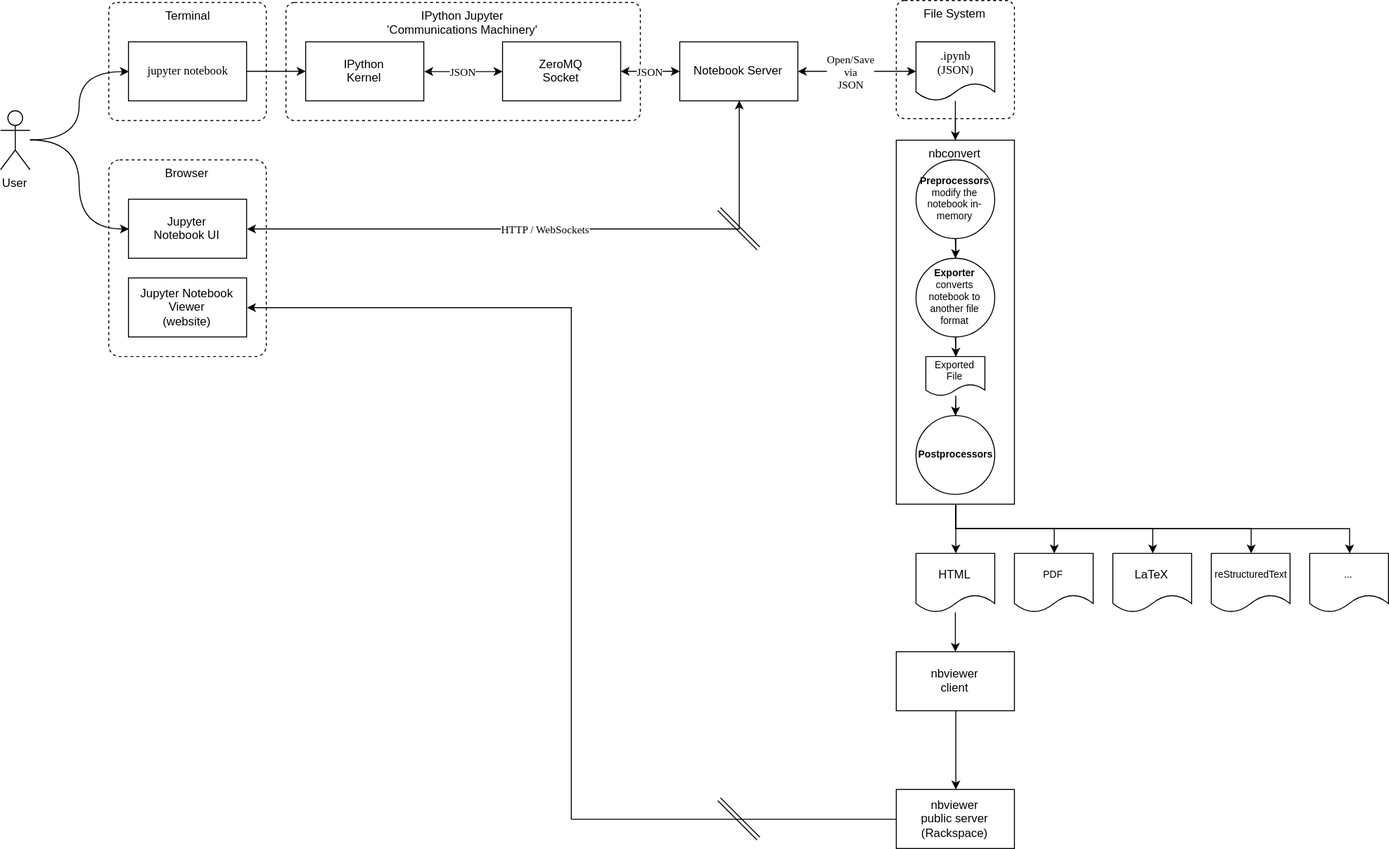
The draw.io diagram jupyter_notebook_architecture.svg in panningforbacon/panningforbacon.github.io, before a commit. Source tidied: cells renumbered, new cells last; positions are measured from the earlier drawing's top-left corner, leaving out a move shared by most shapes.
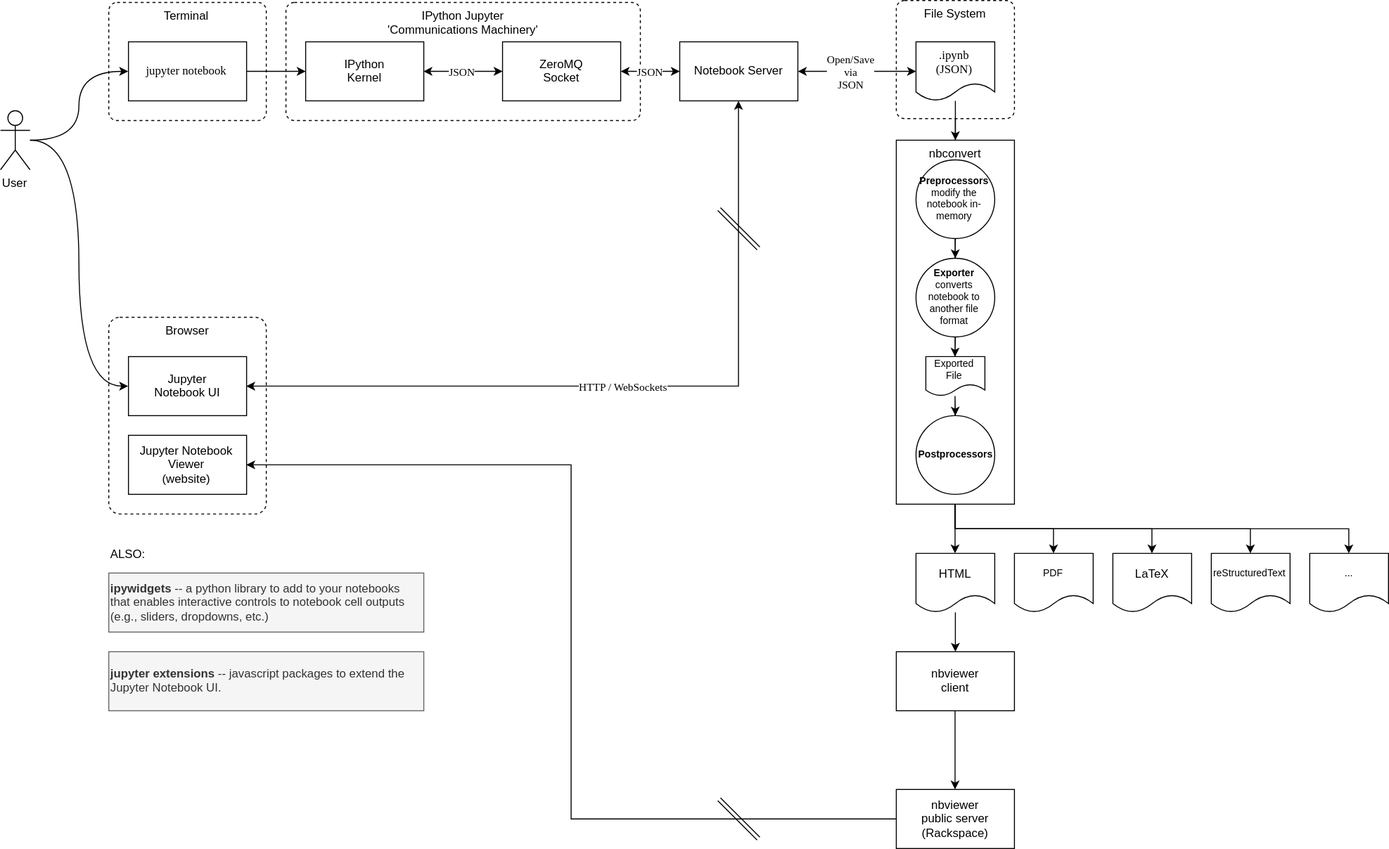
After the commit.

Diff of the diagram source:
```diff
@@ -30,10 +30,10 @@
       <mxGeometry x="510" y="42" width="120" height="60" as="geometry" />
     </mxCell>
     <mxCell id="11" value="Browser" style="rounded=1;whiteSpace=wrap;html=1;verticalAlign=top;dashed=1;arcSize=7;" parent="1" vertex="1">
-      <mxGeometry x="110" y="162" width="160" height="200" as="geometry" />
+      <mxGeometry x="110" y="322" width="160" height="200" as="geometry" />
     </mxCell>
     <mxCell id="12" value="Jupyter&lt;br&gt;Notebook UI" style="rounded=0;whiteSpace=wrap;html=1;" parent="1" vertex="1">
-      <mxGeometry x="130" y="202" width="120" height="60" as="geometry" />
+      <mxGeometry x="130" y="362" width="120" height="60" as="geometry" />
     </mxCell>
     <mxCell id="13" value="HTTP / WebSockets" style="edgeStyle=orthogonalEdgeStyle;rounded=0;jettySize=auto;html=1;fontFamily=Lucida Console;entryX=1;entryY=0.5;entryDx=0;entryDy=0;exitX=0.5;exitY=1;exitDx=0;exitDy=0;startArrow=classic;startFill=1;endArrow=classic;endFill=1;" parent="1" edge="1" source="14" target="12">
       <mxGeometry relative="1" as="geometry" />
@@ -118,7 +118,7 @@
       <mxGeometry x="910" y="802" width="120" height="60" as="geometry" />
     </mxCell>
     <mxCell id="38" value="Jupyter Notebook Viewer&lt;br&gt;(website)" style="rounded=0;whiteSpace=wrap;html=1;" parent="1" vertex="1">
-      <mxGeometry x="130" y="282" width="120" height="60" as="geometry" />
+      <mxGeometry x="130" y="442" width="120" height="60" as="geometry" />
     </mxCell>
     <mxCell id="39" style="shape=link;html=1;startArrow=classic;startFill=1;endArrow=classic;endFill=1;fontFamily=Lucida Console;" parent="1" edge="1">
       <mxGeometry relative="1" as="geometry">
@@ -150,5 +150,14 @@
     <mxCell id="47" style="edgeStyle=orthogonalEdgeStyle;rounded=0;jettySize=auto;html=1;startArrow=none;startFill=0;fontFamily=Helvetica;fontSize=10;exitX=0.5;exitY=1;exitDx=0;exitDy=0;" parent="1" edge="1" source="22" target="46">
       <mxGeometry relative="1" as="geometry" />
     </mxCell>
+    <mxCell id="48" value="&lt;b&gt;ipywidgets&lt;/b&gt; -- a python library to add to your notebooks that enables interactive controls to notebook cell outputs (e.g., sliders, dropdowns, etc.)" style="rounded=0;whiteSpace=wrap;html=1;fillColor=#f5f5f5;strokeColor=#666666;fontColor=#333333;align=left;" parent="1" vertex="1">
+      <mxGeometry x="110" y="582" width="320" height="60" as="geometry" />
+    </mxCell>
+    <mxCell id="49" value="&lt;b&gt;jupyter extensions&amp;nbsp;&lt;/b&gt;-- javascript packages to extend the Jupyter Notebook UI." style="rounded=0;whiteSpace=wrap;html=1;fillColor=#f5f5f5;strokeColor=#666666;fontColor=#333333;align=left;" parent="1" vertex="1">
+      <mxGeometry x="110" y="662" width="320" height="60" as="geometry" />
+    </mxCell>
+    <mxCell id="50" value="ALSO:" style="text;html=1;strokeColor=none;fillColor=none;align=left;verticalAlign=middle;whiteSpace=wrap;rounded=0;" parent="1" vertex="1">
+      <mxGeometry x="110" y="542" width="70" height="40" as="geometry" />
+    </mxCell>
   </root>
 </mxGraphModel>
```
